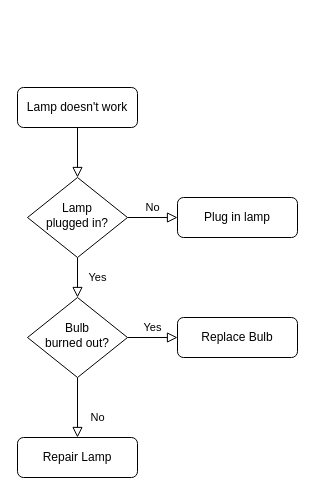
This is snakemake.drawio from dailypartita/diagram-kaiti, a draw.io file, before an edit. Source tidied: cells renumbered, new cells numbered last; positions are measured from the earlier drawing's top-left corner, leaving out a move shared by most shapes. Both pictures are drawn from the tidied source at 100%, with x=0, y=0 at pixel (17, 87).
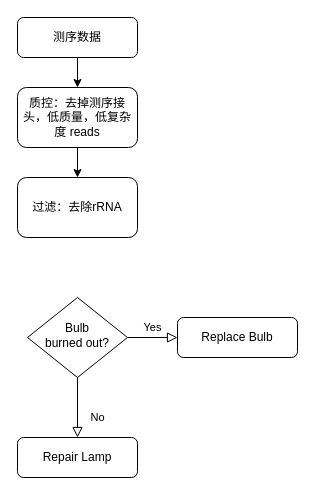
Above is the later version.

Change to the diagram source:
```diff
@@
 <mxGraphModel>
   <root>
     <mxCell id="0" />
     <mxCell id="1" parent="0" />
-    <mxCell id="2" style="rounded=0;html=1;jettySize=auto;fontSize=11;endArrow=block;endFill=0;endSize=8;strokeWidth=1;shadow=0;labelBackgroundColor=none;edgeStyle=orthogonalEdgeStyle;" parent="1" edge="1" source="3" target="6">
-      <mxGeometry relative="1" as="geometry" />
-    </mxCell>
+    <mxCell id="13" style="edgeStyle=orthogonalEdgeStyle;rounded=0;jettySize=auto;html=1;" parent="1" edge="1" source="3" target="15">
+      <mxGeometry relative="1" as="geometry" />
+    </mxCell>
-    <mxCell id="3" value="Lamp doesn't work" style="rounded=1;whiteSpace=wrap;html=1;fontSize=12;glass=0;strokeWidth=1;shadow=0;" parent="1" vertex="1">
-      <mxGeometry width="120" height="40" as="geometry" />
+    <mxCell id="3" value="测序数据" style="rounded=1;whiteSpace=wrap;html=1;fontSize=12;glass=0;strokeWidth=1;shadow=0;" parent="1" vertex="1">
+      <mxGeometry y="-70" width="120" height="40" as="geometry" />
     </mxCell>
-    <mxCell id="4" value="Yes" style="rounded=0;html=1;jettySize=auto;fontSize=11;endArrow=block;endFill=0;endSize=8;strokeWidth=1;shadow=0;labelBackgroundColor=none;edgeStyle=orthogonalEdgeStyle;" parent="1" edge="1" source="6" target="10">
-      <mxGeometry y="20" relative="1" as="geometry" />
-    </mxCell>
-    <mxCell id="5" value="No" style="edgeStyle=orthogonalEdgeStyle;rounded=0;html=1;jettySize=auto;fontSize=11;endArrow=block;endFill=0;endSize=8;strokeWidth=1;shadow=0;labelBackgroundColor=none;" parent="1" edge="1" source="6" target="7">
-      <mxGeometry y="10" relative="1" as="geometry" />
-    </mxCell>
-    <mxCell id="6" value="Lamp&lt;br&gt;plugged in?" style="rhombus;whiteSpace=wrap;html=1;shadow=0;fontFamily=Helvetica;fontSize=12;align=center;strokeWidth=1;spacing=6;spacingTop=-4;" parent="1" vertex="1">
-      <mxGeometry x="10" y="90" width="100" height="80" as="geometry" />
-    </mxCell>
-    <mxCell id="7" value="Plug in lamp" style="rounded=1;whiteSpace=wrap;html=1;fontSize=12;glass=0;strokeWidth=1;shadow=0;" parent="1" vertex="1">
-      <mxGeometry x="160" y="110" width="120" height="40" as="geometry" />
-    </mxCell>
     <mxCell id="8" value="No" style="rounded=0;html=1;jettySize=auto;fontSize=11;endArrow=block;endFill=0;endSize=8;strokeWidth=1;shadow=0;labelBackgroundColor=none;edgeStyle=orthogonalEdgeStyle;" parent="1" edge="1" source="10" target="11">
       <mxGeometry x="0.33" y="20" relative="1" as="geometry" />
     </mxCell>
     <mxCell id="9" value="Yes" style="edgeStyle=orthogonalEdgeStyle;rounded=0;html=1;jettySize=auto;fontSize=11;endArrow=block;endFill=0;endSize=8;strokeWidth=1;shadow=0;labelBackgroundColor=none;" parent="1" edge="1" source="10" target="12">
       <mxGeometry y="10" relative="1" as="geometry" />
     </mxCell>
     <mxCell id="10" value="Bulb&lt;br&gt;burned out?" style="rhombus;whiteSpace=wrap;html=1;shadow=0;fontFamily=Helvetica;fontSize=12;align=center;strokeWidth=1;spacing=6;spacingTop=-4;" parent="1" vertex="1">
       <mxGeometry x="10" y="210" width="100" height="80" as="geometry" />
     </mxCell>
     <mxCell id="11" value="Repair Lamp" style="rounded=1;whiteSpace=wrap;html=1;fontSize=12;glass=0;strokeWidth=1;shadow=0;" parent="1" vertex="1">
       <mxGeometry y="350" width="120" height="40" as="geometry" />
     </mxCell>
     <mxCell id="12" value="Replace Bulb" style="rounded=1;whiteSpace=wrap;html=1;fontSize=12;glass=0;strokeWidth=1;shadow=0;" parent="1" vertex="1">
       <mxGeometry x="160" y="230" width="120" height="40" as="geometry" />
     </mxCell>
+    <mxCell id="14" style="edgeStyle=orthogonalEdgeStyle;rounded=0;jettySize=auto;html=1;" parent="1" edge="1" source="15" target="16">
+      <mxGeometry relative="1" as="geometry" />
+    </mxCell>
+    <mxCell id="15" value="质控：去掉测序接头，低质量，低复杂度 reads" style="whiteSpace=wrap;html=1;rounded=1;glass=0;strokeWidth=1;shadow=0;" parent="1" vertex="1">
+      <mxGeometry width="120" height="60" as="geometry" />
+    </mxCell>
+    <mxCell id="16" value="过滤：去除rRNA" style="whiteSpace=wrap;html=1;rounded=1;glass=0;strokeWidth=1;shadow=0;" parent="1" vertex="1">
+      <mxGeometry y="90" width="120" height="60" as="geometry" />
+    </mxCell>
   </root>
 </mxGraphModel>
```
